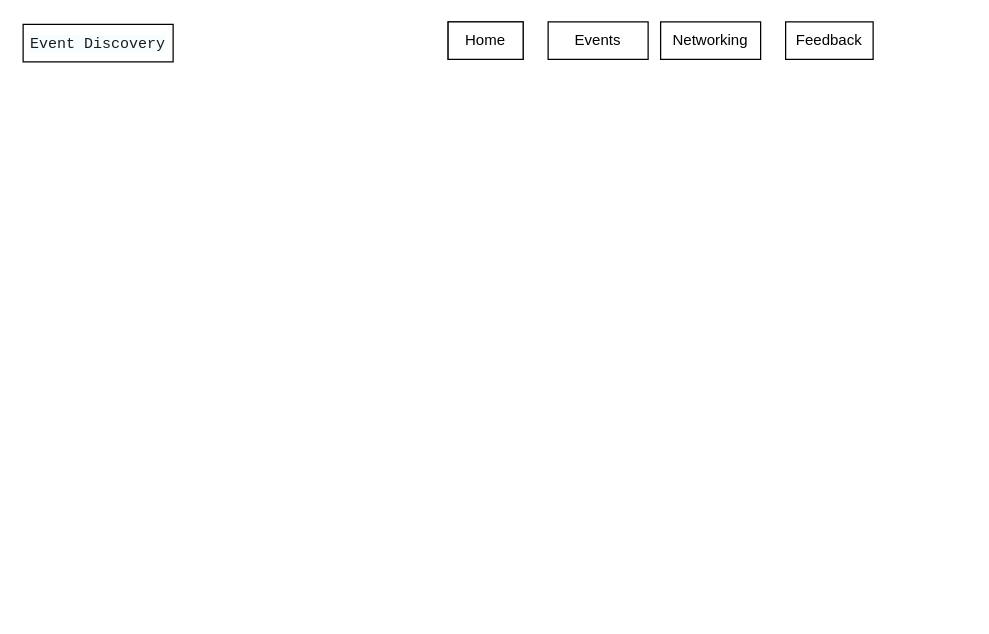
This is Event Discovery & Networking Platform.drawio from Mohamed-Salah-1/Event_Discovery_and_Networking_Platform, a draw.io file, before an edit. Source tidied: cells renumbered, new cells numbered last; positions are measured from the earlier drawing's top-left corner, leaving out a move shared by most shapes. Both pictures are drawn from the tidied source at 125%, with x=0, y=0 at pixel (22, 21).
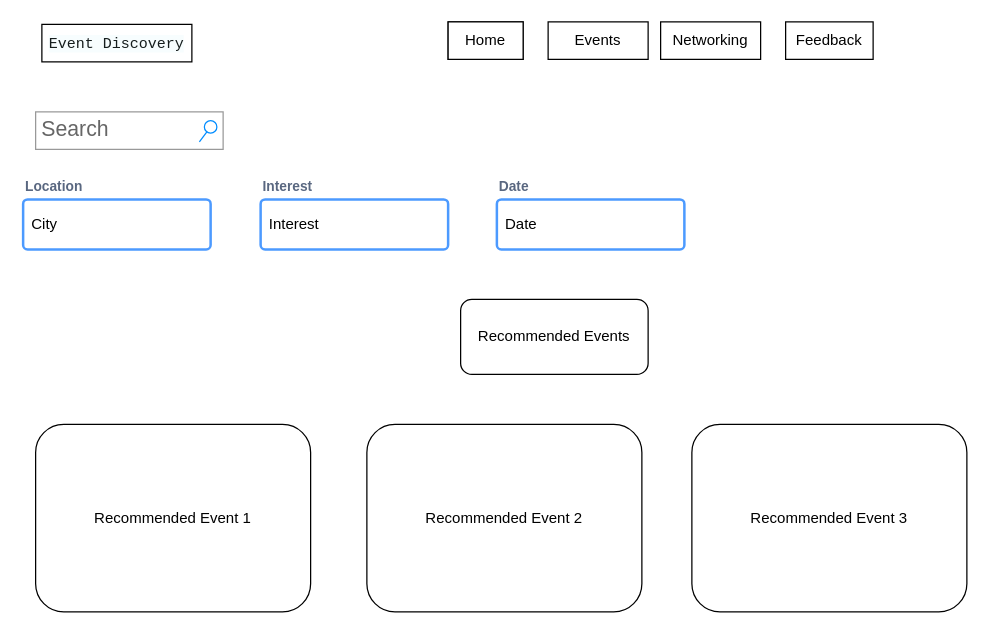
After the change.

The edit, as a diff of the source:
```diff
@@
 <mxGraphModel>
   <root>
     <mxCell id="0" />
     <mxCell id="1" parent="0" />
     <mxCell id="2" value="Home" style="rounded=0;whiteSpace=wrap;html=1;" parent="1" vertex="1">
       <mxGeometry x="340" width="60" height="30" as="geometry" />
     </mxCell>
     <mxCell id="3" value="Events" style="rounded=0;whiteSpace=wrap;html=1;" parent="1" vertex="1">
       <mxGeometry x="420" width="80" height="30" as="geometry" />
     </mxCell>
     <mxCell id="4" value="Networking" style="rounded=0;whiteSpace=wrap;html=1;" parent="1" vertex="1">
       <mxGeometry x="510" width="80" height="30" as="geometry" />
     </mxCell>
     <mxCell id="5" value="Feedback" style="rounded=0;whiteSpace=wrap;html=1;" parent="1" vertex="1">
       <mxGeometry x="610" width="70" height="30" as="geometry" />
     </mxCell>
     <mxCell id="6" value="Home" style="rounded=0;whiteSpace=wrap;html=1;" parent="1" vertex="1">
       <mxGeometry x="340" width="60" height="30" as="geometry" />
     </mxCell>
     <mxCell id="7" value="&lt;span style=&quot;color: rgb(22, 29, 29); font-family: monospace; text-align: left; white-space-collapse: preserve; background-color: rgb(247, 253, 254);&quot;&gt;Event Discovery&lt;/span&gt;" style="rounded=0;whiteSpace=wrap;html=1;" parent="1" vertex="1">
-      <mxGeometry y="2" width="120" height="30" as="geometry" />
+      <mxGeometry x="15" y="2" width="120" height="30" as="geometry" />
     </mxCell>
+    <mxCell id="8" value="Search" style="strokeWidth=1;shadow=0;dashed=0;align=center;html=1;shape=mxgraph.mockup.forms.searchBox;strokeColor=#999999;mainText=;strokeColor2=#008cff;fontColor=#666666;fontSize=17;align=left;spacingLeft=3;whiteSpace=wrap;" parent="1" vertex="1">
+      <mxGeometry x="10" y="72" width="150" height="30" as="geometry" />
+    </mxCell>
+    <mxCell id="9" value="Recommended Events" style="rounded=1;whiteSpace=wrap;html=1;" parent="1" vertex="1">
+      <mxGeometry x="350" y="222" width="150" height="60" as="geometry" />
+    </mxCell>
+    <mxCell id="10" value="Location" style="fillColor=none;strokeColor=none;html=1;fontSize=11;fontStyle=0;align=left;fontColor=#596780;fontStyle=1;fontSize=11;" parent="1" vertex="1">
+      <mxGeometry y="122" width="150" height="20" as="geometry" />
+    </mxCell>
+    <mxCell id="11" value="City" style="rounded=1;arcSize=9;align=left;spacingLeft=5;strokeColor=#4C9AFF;html=1;strokeWidth=2;fontSize=12;" parent="1" vertex="1">
+      <mxGeometry y="142" width="150" height="40" as="geometry" />
+    </mxCell>
+    <mxCell id="12" value="Interest" style="rounded=1;arcSize=9;align=left;spacingLeft=5;strokeColor=#4C9AFF;html=1;strokeWidth=2;fontSize=12;" parent="1" vertex="1">
+      <mxGeometry x="190" y="142" width="150" height="40" as="geometry" />
+    </mxCell>
+    <mxCell id="13" value="Interest" style="fillColor=none;strokeColor=none;html=1;fontSize=11;fontStyle=0;align=left;fontColor=#596780;fontStyle=1;fontSize=11;" parent="1" vertex="1">
+      <mxGeometry x="190" y="122" width="150" height="20" as="geometry" />
+    </mxCell>
+    <mxCell id="14" value="Date" style="rounded=1;arcSize=9;align=left;spacingLeft=5;strokeColor=#4C9AFF;html=1;strokeWidth=2;fontSize=12;" parent="1" vertex="1">
+      <mxGeometry x="379" y="142" width="150" height="40" as="geometry" />
+    </mxCell>
+    <mxCell id="15" value="Date" style="fillColor=none;strokeColor=none;html=1;fontSize=11;fontStyle=0;align=left;fontColor=#596780;fontStyle=1;fontSize=11;" parent="1" vertex="1">
+      <mxGeometry x="379" y="122" width="150" height="20" as="geometry" />
+    </mxCell>
+    <mxCell id="16" value="Recommended Event 1" style="rounded=1;whiteSpace=wrap;html=1;" parent="1" vertex="1">
+      <mxGeometry x="10" y="322" width="220" height="150" as="geometry" />
+    </mxCell>
+    <mxCell id="17" value="Recommended Event 2" style="rounded=1;whiteSpace=wrap;html=1;" parent="1" vertex="1">
+      <mxGeometry x="275" y="322" width="220" height="150" as="geometry" />
+    </mxCell>
+    <mxCell id="18" value="Recommended Event 3" style="rounded=1;whiteSpace=wrap;html=1;" parent="1" vertex="1">
+      <mxGeometry x="535" y="322" width="220" height="150" as="geometry" />
+    </mxCell>
   </root>
 </mxGraphModel>
```
